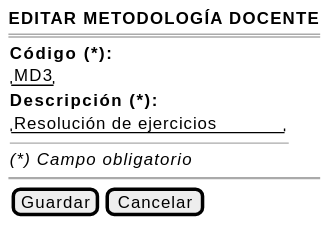
Above: images/RUP/01-requisitos/03-detalle-casos-uso/editarMetodologiaDocente/wireframe.svg in mmasias/pyCeldaPublico (PlantUML), before the change.
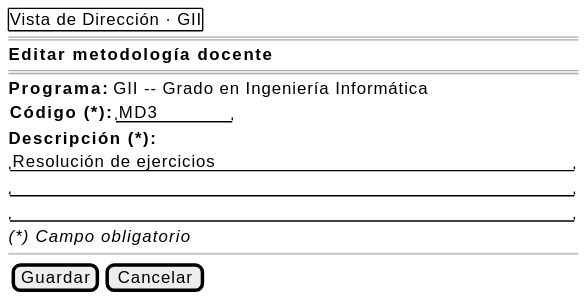
Above is the later version.

Diff of the diagram source:
```diff
@@ -1,16 +1,19 @@
 @startsalt editarMetodologiaDocente-wireframe
 {
-    <b>EDITAR METODOLOGÍA DOCENTE</b>
+    {+ Vista de Dirección · GII }
     ====
+    <b>Editar metodología docente</b>
+    ====
+    <b>Programa:</b> GII -- Grado en Ingeniería Informática
     {
-        <b>Código (*):</b>
-        "MD3"
-        <b>Descripción (*):</b>
-        "Resolución de ejercicios"
-        --
-        <i>(*) Campo obligatorio</i>
+        <b>Código (*):</b> | "MD3       "
     }
-    ~~
+    <b>Descripción (*):</b>
+    "Resolución de ejercicios                          "
+    "                                                  "
+    "                                                  "
+    <i>(*) Campo obligatorio</i>
+    --
     {[Guardar] | [Cancelar]}
 }
 @endsalt
```
